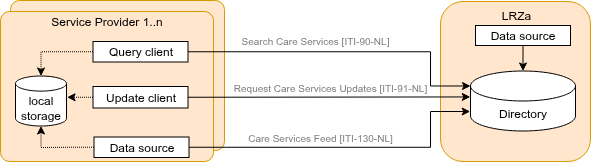
The draw.io diagram input/images/careservices-overview-transactions.png in minvws/generiekefuncties-docs, before a commit. Source tidied: cells renumbered, new cells last; positions are measured from the earlier drawing's top-left corner, leaving out a move shared by most shapes.
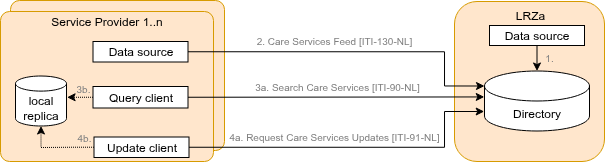
Later version of the same file.

Change to the diagram source:
```diff
@@ -3,10 +3,10 @@
     <mxCell id="0" />
     <mxCell id="1" parent="0" />
     <mxCell id="2" style="rounded=1;whiteSpace=wrap;html=1;verticalAlign=top;align=center;fillColor=#ffe6cc;strokeColor=#d79b00;horizontal=1;arcSize=6;spacingTop=-4;" parent="1" vertex="1">
-      <mxGeometry x="10" width="214" height="150" as="geometry" />
+      <mxGeometry x="-4" width="214" height="150" as="geometry" />
     </mxCell>
     <mxCell id="3" value="Service Provider 1..n" style="rounded=1;whiteSpace=wrap;html=1;verticalAlign=top;align=center;fillColor=#ffe6cc;strokeColor=#d79b00;horizontal=1;arcSize=6;spacingTop=-4;" parent="1" vertex="1">
-      <mxGeometry y="11" width="213" height="150" as="geometry" />
+      <mxGeometry x="-14" y="11" width="213" height="150" as="geometry" />
     </mxCell>
     <mxCell id="4" value="LRZa" style="rounded=1;whiteSpace=wrap;html=1;verticalAlign=top;align=center;fillColor=#ffe6cc;strokeColor=#d79b00;spacingLeft=9;horizontal=1;spacingRight=7;" parent="1" vertex="1">
       <mxGeometry x="440" y="1" width="150" height="160" as="geometry" />
@@ -14,17 +14,17 @@
     <mxCell id="5" value="&lt;div&gt;Directory&lt;/div&gt;" style="shape=cylinder3;whiteSpace=wrap;html=1;boundedLbl=1;backgroundOutline=1;size=15;" parent="1" vertex="1">
       <mxGeometry x="470" y="70.5" width="105" height="60" as="geometry" />
     </mxCell>
-    <mxCell id="6" value="local storage" style="shape=cylinder3;whiteSpace=wrap;html=1;boundedLbl=1;backgroundOutline=1;size=7.555555555555543;" parent="1" vertex="1">
-      <mxGeometry x="15" y="75.5" width="51" height="50" as="geometry" />
+    <mxCell id="6" value="local replica" style="shape=cylinder3;whiteSpace=wrap;html=1;boundedLbl=1;backgroundOutline=1;size=7.555555555555543;" parent="1" vertex="1">
+      <mxGeometry x="1" y="75.5" width="51" height="50" as="geometry" />
     </mxCell>
     <mxCell id="7" style="edgeStyle=orthogonalEdgeStyle;rounded=0;jettySize=auto;html=1;jumpStyle=arc;exitX=1;exitY=0.5;exitDx=0;exitDy=0;entryX=-0.002;entryY=0.432;entryDx=0;entryDy=0;entryPerimeter=0;" parent="1" edge="1" source="8" target="5">
       <mxGeometry relative="1" as="geometry" />
     </mxCell>
-    <mxCell id="8" value="Update&amp;nbsp;&lt;span style=&quot;background-color: transparent; color: light-dark(rgb(0, 0, 0), rgb(255, 255, 255));&quot;&gt;client&lt;/span&gt;" style="rounded=0;whiteSpace=wrap;html=1;" parent="1" vertex="1">
-      <mxGeometry x="92.5" y="86" width="95" height="21.5" as="geometry" />
+    <mxCell id="8" value="Query&amp;nbsp;&lt;span style=&quot;background-color: transparent; color: light-dark(rgb(0, 0, 0), rgb(255, 255, 255));&quot;&gt;client&lt;/span&gt;" style="rounded=0;whiteSpace=wrap;html=1;" parent="1" vertex="1">
+      <mxGeometry x="78.5" y="86" width="95" height="21.5" as="geometry" />
     </mxCell>
-    <mxCell id="9" value="Data source" style="rounded=0;whiteSpace=wrap;html=1;" parent="1" vertex="1">
-      <mxGeometry x="93.5" y="136.5" width="95" height="20.5" as="geometry" />
+    <mxCell id="9" value="Update client" style="rounded=0;whiteSpace=wrap;html=1;" parent="1" vertex="1">
+      <mxGeometry x="79.5" y="136.5" width="95" height="20.5" as="geometry" />
     </mxCell>
     <mxCell id="10" value="Data source" style="rounded=0;whiteSpace=wrap;html=1;" parent="1" vertex="1">
       <mxGeometry x="475" y="25" width="95" height="20" as="geometry" />
@@ -38,17 +38,14 @@
         </Array>
       </mxGeometry>
     </mxCell>
-    <mxCell id="12" value="Care Services Feed [ITI-130-NL]" style="text;html=1;align=center;verticalAlign=middle;whiteSpace=wrap;rounded=0;fontSize=10;fontColor=#808080;rotation=0;" parent="1" vertex="1">
-      <mxGeometry x="245" y="132" width="150" height="10" as="geometry" />
+    <mxCell id="12" value="2. Care Services Feed [ITI-130-NL]" style="text;html=1;align=center;verticalAlign=middle;whiteSpace=wrap;rounded=0;fontSize=10;fontColor=#808080;rotation=0;" parent="1" vertex="1">
+      <mxGeometry x="230" y="35" width="180" height="10" as="geometry" />
     </mxCell>
     <mxCell id="13" style="edgeStyle=none;rounded=0;jettySize=auto;html=1;entryX=0.5;entryY=0;entryDx=0;entryDy=0;entryPerimeter=0;exitX=0.5;exitY=1;exitDx=0;exitDy=0;" parent="1" edge="1" source="10" target="5">
       <mxGeometry relative="1" as="geometry" />
     </mxCell>
-    <mxCell id="14" style="edgeStyle=orthogonalEdgeStyle;rounded=0;jettySize=auto;html=1;exitX=0;exitY=0.5;exitDx=0;exitDy=0;strokeColor=#000000;dashed=1;dashPattern=1 1;" parent="1" edge="1" source="15" target="6">
-      <mxGeometry relative="1" as="geometry" />
-    </mxCell>
-    <mxCell id="15" value="Query client" style="rounded=0;whiteSpace=wrap;html=1;" parent="1" vertex="1">
-      <mxGeometry x="92.5" y="41" width="95" height="20.5" as="geometry" />
+    <mxCell id="15" value="Data source" style="rounded=0;whiteSpace=wrap;html=1;" parent="1" vertex="1">
+      <mxGeometry x="78.5" y="41" width="95" height="20.5" as="geometry" />
     </mxCell>
     <mxCell id="16" style="edgeStyle=orthogonalEdgeStyle;rounded=0;jettySize=auto;html=1;exitX=1;exitY=0.5;exitDx=0;exitDy=0;entryX=0;entryY=0;entryDx=0;entryDy=15;entryPerimeter=0;" parent="1" edge="1" source="15" target="5">
       <mxGeometry relative="1" as="geometry">
@@ -61,19 +58,28 @@
     <mxCell id="17" style="edgeStyle=orthogonalEdgeStyle;rounded=0;jettySize=auto;html=1;exitX=0;exitY=0.5;exitDx=0;exitDy=0;entryX=1.011;entryY=0.417;entryDx=0;entryDy=0;entryPerimeter=0;strokeColor=#000000;dashed=1;dashPattern=1 1;" parent="1" edge="1" source="8" target="6">
       <mxGeometry relative="1" as="geometry" />
     </mxCell>
-    <mxCell id="18" value="Search Care Services [ITI-90-NL]" style="text;html=1;align=center;verticalAlign=middle;whiteSpace=wrap;rounded=0;fontSize=10;fontColor=#808080;rotation=0;" parent="1" vertex="1">
-      <mxGeometry x="240" y="35" width="150" height="10" as="geometry" />
+    <mxCell id="18" value="3a. Search Care Services [ITI-90-NL]" style="text;html=1;align=center;verticalAlign=middle;whiteSpace=wrap;rounded=0;fontSize=10;fontColor=#808080;rotation=0;" parent="1" vertex="1">
+      <mxGeometry x="228" y="81" width="190" height="10" as="geometry" />
     </mxCell>
     <mxCell id="19" style="edgeStyle=orthogonalEdgeStyle;rounded=0;jettySize=auto;html=1;entryX=0.5;entryY=1;entryDx=0;entryDy=0;entryPerimeter=0;strokeColor=#000000;dashed=1;dashPattern=1 1;" parent="1" edge="1" source="9" target="6">
       <mxGeometry relative="1" as="geometry">
         <Array as="points">
-          <mxPoint x="74" y="147" />
-          <mxPoint x="22" y="147" />
+          <mxPoint x="60" y="147" />
+          <mxPoint x="8" y="147" />
         </Array>
       </mxGeometry>
     </mxCell>
-    <mxCell id="20" value="Request Care Services Updates [ITI-91-NL]" style="text;html=1;align=center;verticalAlign=middle;whiteSpace=wrap;rounded=0;fontSize=10;fontColor=#808080;rotation=0;" parent="1" vertex="1">
-      <mxGeometry x="230" y="82" width="200" height="10" as="geometry" />
+    <mxCell id="20" value="4a. Request Care Services Updates [ITI-91-NL]" style="text;html=1;align=center;verticalAlign=middle;whiteSpace=wrap;rounded=0;fontSize=10;fontColor=#808080;rotation=0;" parent="1" vertex="1">
+      <mxGeometry x="210" y="130.5" width="220" height="10" as="geometry" />
     </mxCell>
+    <mxCell id="21" value="1." style="text;html=1;align=center;verticalAlign=middle;whiteSpace=wrap;rounded=0;fontSize=10;fontColor=#808080;rotation=0;" parent="1" vertex="1">
+      <mxGeometry x="520" y="51.5" width="30" height="10" as="geometry" />
+    </mxCell>
+    <mxCell id="22" value="3b." style="text;html=1;align=center;verticalAlign=middle;whiteSpace=wrap;rounded=0;fontSize=10;fontColor=#808080;rotation=0;" parent="1" vertex="1">
+      <mxGeometry x="54" y="83" width="30" height="10" as="geometry" />
+    </mxCell>
+    <mxCell id="23" value="4b." style="text;html=1;align=center;verticalAlign=middle;whiteSpace=wrap;rounded=0;fontSize=10;fontColor=#808080;rotation=0;" parent="1" vertex="1">
+      <mxGeometry x="55" y="131.5" width="30" height="10" as="geometry" />
+    </mxCell>
   </root>
 </mxGraphModel>
```
